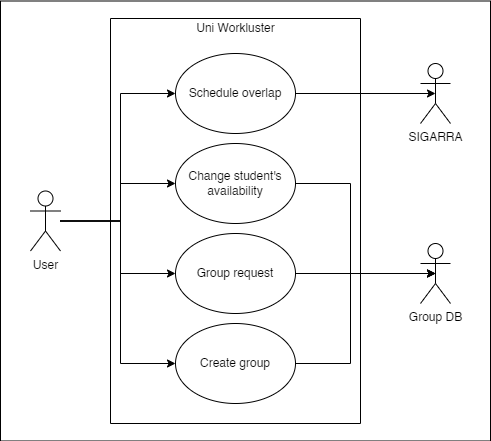
Above: docs/use_case_model.png in tomasnr13/FEUP-ESOF (draw.io), before the change. Source tidied: cells renumbered, new cells last; positions are measured from the earlier drawing's top-left corner, leaving out a move shared by most shapes.
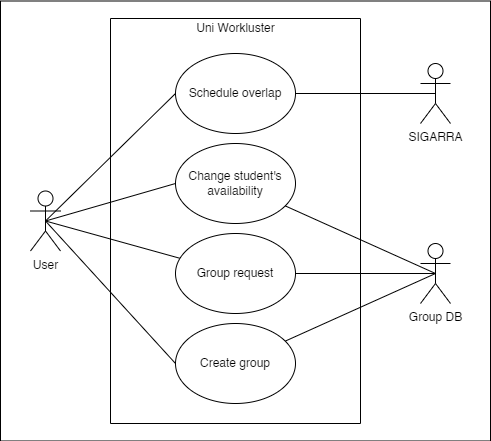
The same diagram one commit later.

Commit message:
Updated Use Case Diagram

Change to the diagram source:
```diff
@@ -5,37 +5,17 @@
     <mxCell id="2" style="rounded=0;whiteSpace=wrap;html=1;" parent="1" vertex="1">
       <mxGeometry y="-0.5" width="490" height="440" as="geometry" />
     </mxCell>
-    <mxCell id="3" style="edgeStyle=orthogonalEdgeStyle;rounded=0;jettySize=auto;html=1;entryX=0;entryY=0.5;entryDx=0;entryDy=0;" parent="1" edge="1" source="7" target="12">
-      <mxGeometry relative="1" as="geometry">
-        <Array as="points">
-          <mxPoint x="120" y="220" />
-          <mxPoint x="120" y="92" />
-        </Array>
-      </mxGeometry>
+    <mxCell id="3" style="rounded=0;jettySize=auto;html=1;entryX=0;entryY=0.5;entryDx=0;entryDy=0;endArrow=none;endFill=0;exitX=0.5;exitY=0.5;exitDx=0;exitDy=0;exitPerimeter=0;" parent="1" edge="1" source="7" target="12">
+      <mxGeometry relative="1" as="geometry" />
     </mxCell>
-    <mxCell id="4" style="edgeStyle=orthogonalEdgeStyle;rounded=0;jettySize=auto;html=1;entryX=0;entryY=0.5;entryDx=0;entryDy=0;" parent="1" edge="1" source="7" target="10">
-      <mxGeometry relative="1" as="geometry">
-        <Array as="points">
-          <mxPoint x="120" y="220" />
-          <mxPoint x="120" y="182" />
-        </Array>
-      </mxGeometry>
+    <mxCell id="4" style="rounded=0;jettySize=auto;html=1;entryX=0;entryY=0.5;entryDx=0;entryDy=0;endArrow=none;endFill=0;exitX=0.5;exitY=0.5;exitDx=0;exitDy=0;exitPerimeter=0;" parent="1" edge="1" source="7" target="10">
+      <mxGeometry relative="1" as="geometry" />
     </mxCell>
-    <mxCell id="5" style="edgeStyle=orthogonalEdgeStyle;rounded=0;jettySize=auto;html=1;" parent="1" edge="1" source="7" target="11">
-      <mxGeometry relative="1" as="geometry">
-        <Array as="points">
-          <mxPoint x="120" y="220" />
-          <mxPoint x="120" y="272" />
-        </Array>
-      </mxGeometry>
+    <mxCell id="5" style="rounded=0;jettySize=auto;html=1;endArrow=none;endFill=0;exitX=0.5;exitY=0.5;exitDx=0;exitDy=0;exitPerimeter=0;" parent="1" edge="1" source="7" target="11">
+      <mxGeometry relative="1" as="geometry" />
     </mxCell>
-    <mxCell id="6" style="edgeStyle=orthogonalEdgeStyle;rounded=0;jettySize=auto;html=1;entryX=0;entryY=0.5;entryDx=0;entryDy=0;" parent="1" edge="1" source="7" target="15">
-      <mxGeometry relative="1" as="geometry">
-        <Array as="points">
-          <mxPoint x="120" y="220" />
-          <mxPoint x="120" y="362" />
-        </Array>
-      </mxGeometry>
+    <mxCell id="6" style="rounded=0;jettySize=auto;html=1;entryX=0;entryY=0.5;entryDx=0;entryDy=0;endArrow=none;endFill=0;exitX=0.5;exitY=0.5;exitDx=0;exitDy=0;exitPerimeter=0;" parent="1" edge="1" source="7" target="15">
+      <mxGeometry relative="1" as="geometry" />
     </mxCell>
     <mxCell id="7" value="User" style="shape=umlActor;verticalLabelPosition=bottom;verticalAlign=top;html=1;outlineConnect=0;" parent="1" vertex="1">
       <mxGeometry x="30" y="189.5" width="30" height="60" as="geometry" />
@@ -58,13 +38,8 @@
     <mxCell id="13" value="SIGARRA" style="shape=umlActor;verticalLabelPosition=bottom;verticalAlign=top;html=1;outlineConnect=0;" parent="1" vertex="1">
       <mxGeometry x="420" y="62" width="30" height="60" as="geometry" />
     </mxCell>
-    <mxCell id="14" style="edgeStyle=orthogonalEdgeStyle;rounded=0;jettySize=auto;html=1;entryX=0.5;entryY=0.5;entryDx=0;entryDy=0;entryPerimeter=0;" parent="1" edge="1" source="15" target="16">
-      <mxGeometry relative="1" as="geometry">
-        <Array as="points">
-          <mxPoint x="350" y="362" />
-          <mxPoint x="350" y="272" />
-        </Array>
-      </mxGeometry>
+    <mxCell id="14" style="rounded=0;jettySize=auto;html=1;endArrow=none;endFill=0;entryX=0.5;entryY=0.5;entryDx=0;entryDy=0;entryPerimeter=0;" parent="1" edge="1" source="15" target="16">
+      <mxGeometry relative="1" as="geometry" />
     </mxCell>
     <mxCell id="15" value="Create group" style="ellipse;whiteSpace=wrap;html=1;" parent="1" vertex="1">
       <mxGeometry x="175" y="322" width="120" height="80" as="geometry" />
@@ -72,19 +47,14 @@
     <mxCell id="16" value="Group DB" style="shape=umlActor;verticalLabelPosition=bottom;verticalAlign=top;html=1;outlineConnect=0;" parent="1" vertex="1">
       <mxGeometry x="420" y="242" width="30" height="60" as="geometry" />
     </mxCell>
-    <mxCell id="17" style="edgeStyle=orthogonalEdgeStyle;rounded=0;jettySize=auto;html=1;entryX=0.5;entryY=0.5;entryDx=0;entryDy=0;entryPerimeter=0;" parent="1" edge="1" source="12" target="13">
+    <mxCell id="17" style="rounded=0;jettySize=auto;html=1;entryX=0.5;entryY=0.5;entryDx=0;entryDy=0;entryPerimeter=0;endArrow=none;endFill=0;" parent="1" edge="1" source="12" target="13">
       <mxGeometry relative="1" as="geometry" />
     </mxCell>
-    <mxCell id="18" style="edgeStyle=orthogonalEdgeStyle;rounded=0;jettySize=auto;html=1;entryX=0.5;entryY=0.5;entryDx=0;entryDy=0;entryPerimeter=0;" parent="1" edge="1" source="11" target="16">
+    <mxCell id="18" style="rounded=0;jettySize=auto;html=1;entryX=0.5;entryY=0.5;entryDx=0;entryDy=0;entryPerimeter=0;endArrow=none;endFill=0;" parent="1" edge="1" source="11" target="16">
       <mxGeometry relative="1" as="geometry" />
     </mxCell>
-    <mxCell id="19" style="edgeStyle=orthogonalEdgeStyle;rounded=0;jettySize=auto;html=1;entryX=0.5;entryY=0.5;entryDx=0;entryDy=0;entryPerimeter=0;" parent="1" edge="1" source="10" target="16">
-      <mxGeometry relative="1" as="geometry">
-        <Array as="points">
-          <mxPoint x="350" y="182" />
-          <mxPoint x="350" y="272" />
-        </Array>
-      </mxGeometry>
+    <mxCell id="19" style="rounded=0;jettySize=auto;html=1;entryX=0.5;entryY=0.5;entryDx=0;entryDy=0;entryPerimeter=0;endArrow=none;endFill=0;" parent="1" edge="1" source="10" target="16">
+      <mxGeometry relative="1" as="geometry" />
     </mxCell>
   </root>
 </mxGraphModel>
```
